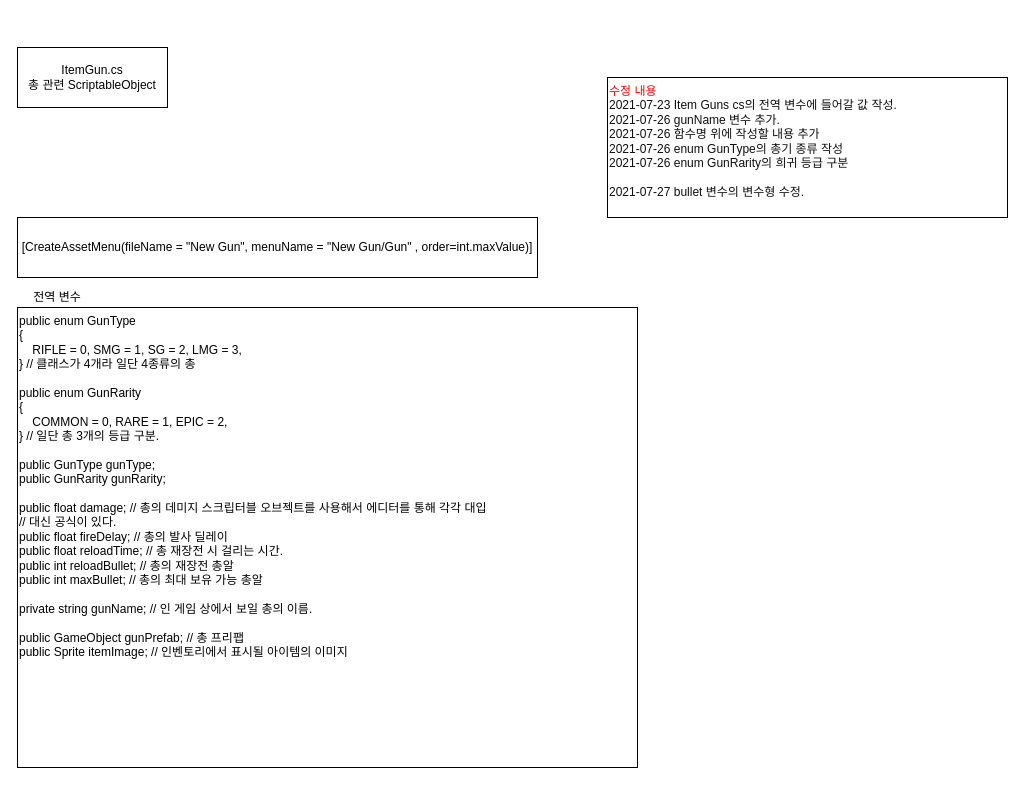
Above: FlowChart/ItemGun.drawio in BckLily/YeilMainProjectBackUp (draw.io), before the change. Source tidied: cells renumbered, new cells numbered last; positions are measured from the earlier drawing's top-left corner, leaving out a move shared by most shapes. Both pictures are drawn from the tidied source at 100%, with x=0, y=0 at pixel (17, 47).
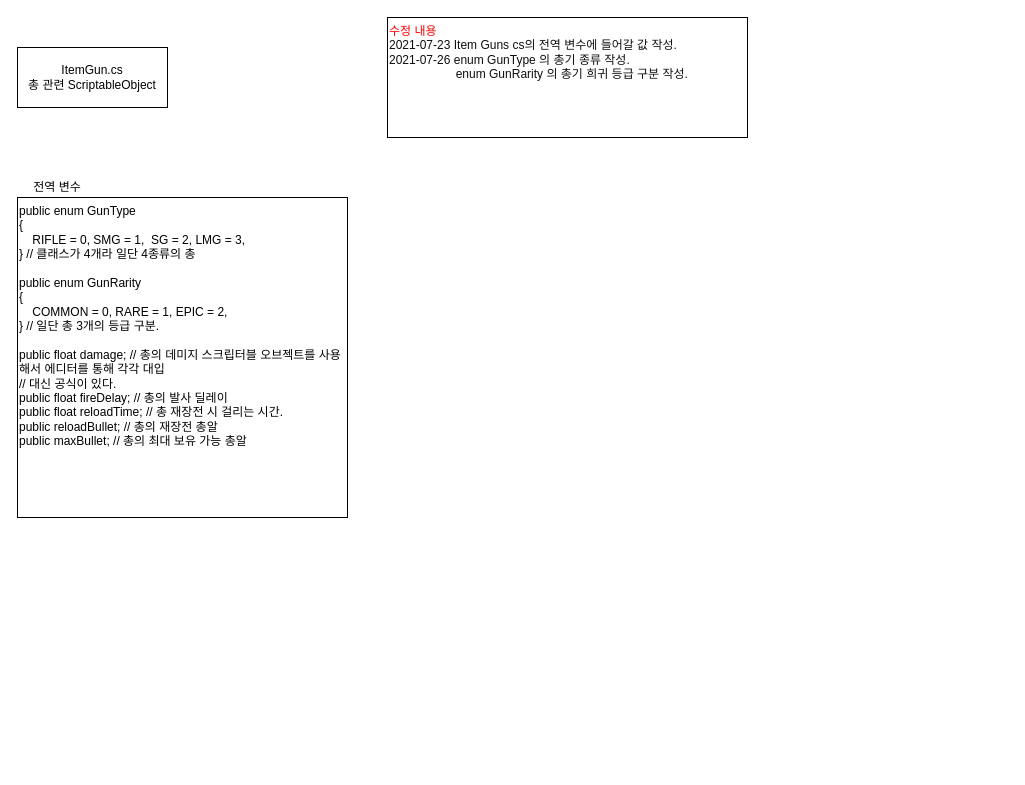
The same diagram, later.

Change to the diagram source:
```diff
@@
 <mxGraphModel>
   <root>
     <mxCell id="0" />
     <mxCell id="1" parent="0" />
     <mxCell id="2" value="ItemGun.cs&lt;br&gt;총 관련 ScriptableObject" style="rounded=0;whiteSpace=wrap;html=1;" parent="1" vertex="1">
       <mxGeometry width="150" height="60" as="geometry" />
     </mxCell>
-    <mxCell id="3" value="public enum GunType&lt;br&gt;{&lt;br&gt;&amp;nbsp; &amp;nbsp; RIFLE = 0, SMG = 1, SG = 2, LMG = 3,&lt;br&gt;} // 클래스가 4개라 일단 4종류의 총&lt;br&gt;&lt;br&gt;public enum GunRarity&lt;br&gt;{&lt;br&gt;&amp;nbsp; &amp;nbsp; COMMON = 0, RARE = 1, EPIC = 2,&lt;br&gt;} // 일단 총 3개의 등급 구분.&lt;br&gt;&lt;br&gt;public GunType gunType;&lt;br&gt;public GunRarity gunRarity;&lt;br&gt;&lt;br&gt;public float damage; // 총의 데미지 스크립터블 오브젝트를 사용해서 에디터를 통해 각각 대입&lt;br&gt;// 대신 공식이 있다.&lt;br&gt;public float fireDelay; // 총의 발사 딜레이&lt;br&gt;public float reloadTime; // 총 재장전 시 걸리는 시간.&lt;br&gt;public int reloadBullet; // 총의 재장전 총알&lt;br&gt;public int maxBullet; // 총의 최대 보유 가능 총알&lt;br&gt;&lt;br&gt;private string gunName; // 인 게임 상에서 보일 총의 이름.&lt;br&gt;&lt;br&gt;public GameObject gunPrefab; // 총 프리팹&lt;br&gt;public Sprite itemImage; // 인벤토리에서 표시될 아이템의 이미지" style="rounded=0;whiteSpace=wrap;html=1;align=left;verticalAlign=top;" parent="1" vertex="1">
-      <mxGeometry y="260" width="620" height="460" as="geometry" />
+    <mxCell id="3" value="public enum GunType&lt;br&gt;{&lt;br&gt;&amp;nbsp; &amp;nbsp; RIFLE = 0, SMG = 1,&amp;nbsp; SG = 2, LMG = 3,&lt;br&gt;} // 클래스가 4개라 일단 4종류의 총&lt;br&gt;&lt;br&gt;public enum GunRarity&lt;br&gt;{&lt;br&gt;&amp;nbsp; &amp;nbsp; COMMON = 0, RARE = 1, EPIC = 2,&lt;br&gt;} // 일단 총 3개의 등급 구분.&lt;br&gt;&lt;br&gt;public float damage; // 총의 데미지 스크립터블 오브젝트를 사용해서 에디터를 통해 각각 대입&lt;br&gt;// 대신 공식이 있다.&lt;br&gt;public float fireDelay; // 총의 발사 딜레이&lt;br&gt;public float reloadTime; // 총 재장전 시 걸리는 시간.&lt;br&gt;public reloadBullet; // 총의 재장전 총알&lt;br&gt;public maxBullet; // 총의 최대 보유 가능 총알" style="rounded=0;whiteSpace=wrap;html=1;align=left;verticalAlign=top;" parent="1" vertex="1">
+      <mxGeometry y="150" width="330" height="320" as="geometry" />
     </mxCell>
     <mxCell id="4" value="전역 변수" style="text;html=1;strokeColor=none;fillColor=none;align=center;verticalAlign=middle;whiteSpace=wrap;rounded=0;" parent="1" vertex="1">
-      <mxGeometry y="240" width="80" height="20" as="geometry" />
+      <mxGeometry y="130" width="80" height="20" as="geometry" />
     </mxCell>
-    <mxCell id="5" value="&lt;font color=&quot;#ff0000&quot;&gt;수정 내용&lt;/font&gt;&lt;br&gt;&lt;font color=&quot;#0f0f0f&quot;&gt;2021-07-23 Item Guns cs의 전역 변수에 들어갈 값 작성.&lt;br&gt;2021-07-26 gunName 변수 추가.&lt;br&gt;2021-07-26 함수명 위에 작성할 내용 추가&lt;br&gt;2021-07-26 enum GunType의 총기 종류 작성&lt;br&gt;2021-07-26 enum GunRarity의 희귀 등급 구분&lt;br&gt;&lt;br&gt;2021-07-27 bullet 변수의 변수형 수정.&amp;nbsp;&lt;br&gt;&lt;/font&gt;" style="rounded=0;whiteSpace=wrap;html=1;align=left;verticalAlign=top;" parent="1" vertex="1">
-      <mxGeometry x="590" y="30" width="400" height="140" as="geometry" />
+    <mxCell id="5" value="&lt;font color=&quot;#ff0000&quot;&gt;수정 내용&lt;/font&gt;&lt;br&gt;&lt;font color=&quot;#0f0f0f&quot;&gt;2021-07-23 Item Guns cs의 전역 변수에 들어갈 값 작성.&lt;br&gt;2021-07-26 enum GunType 의 총기 종류 작성.&lt;br&gt;&amp;nbsp; &amp;nbsp; &amp;nbsp; &amp;nbsp; &amp;nbsp; &amp;nbsp; &amp;nbsp; &amp;nbsp; &amp;nbsp; &amp;nbsp; enum GunRarity 의 총기 희귀 등급 구분 작성.&lt;br&gt;&lt;/font&gt;" style="rounded=0;whiteSpace=wrap;html=1;align=left;verticalAlign=top;" parent="1" vertex="1">
+      <mxGeometry x="370" y="-30" width="360" height="120" as="geometry" />
     </mxCell>
-    <mxCell id="6" value="[CreateAssetMenu(fileName = &quot;New Gun&quot;, menuName = &quot;New Gun/Gun&quot; , order=int.maxValue)]" style="whiteSpace=wrap;html=1;" parent="1" vertex="1">
-      <mxGeometry y="170" width="520" height="60" as="geometry" />
-    </mxCell>
   </root>
 </mxGraphModel>
```
